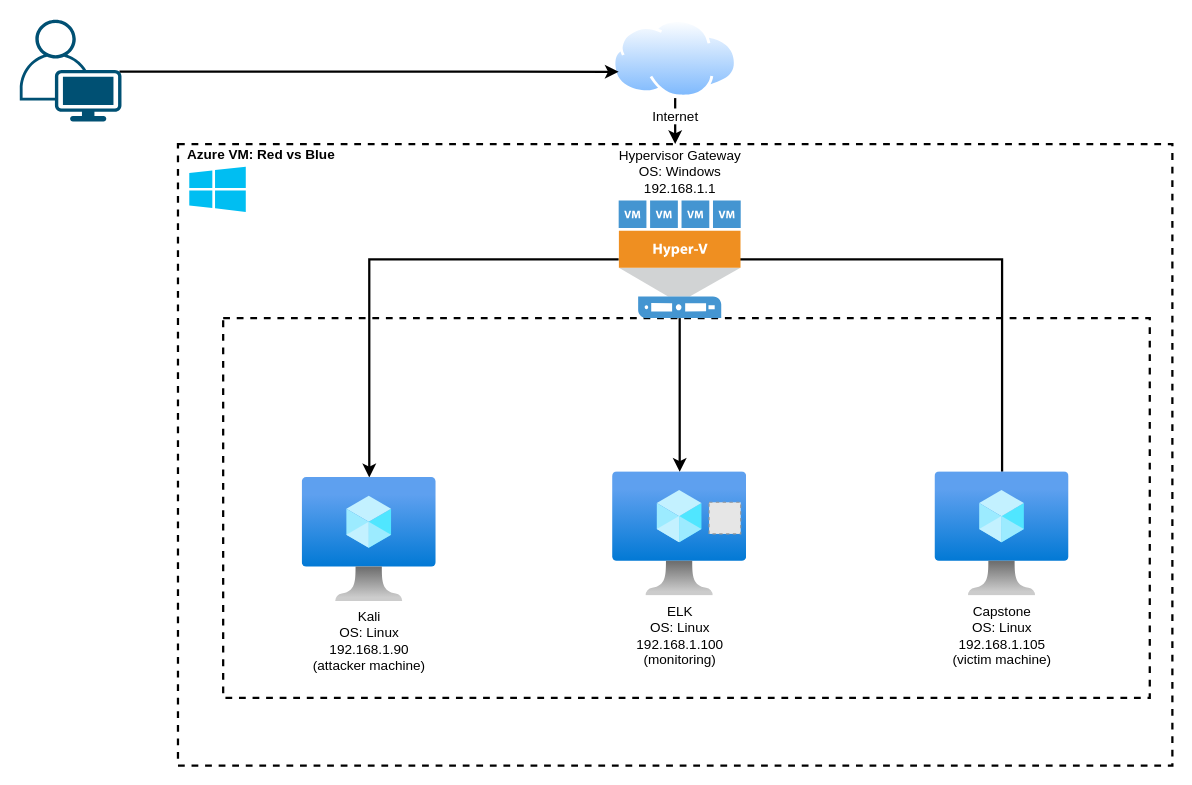
Above: Diagrams/Untitled Diagram.drawio in maderon1/Cyber_and_CloudSecurity (draw.io), before the change. Source tidied: cells renumbered, new cells numbered last; positions are measured from the earlier drawing's top-left corner, leaving out a move shared by most shapes. Both pictures are drawn from the tidied source at 113%, with x=0, y=0 at pixel (19, 19). Pictures stored in the file or linked from it are replaced by grey dashed boxes.
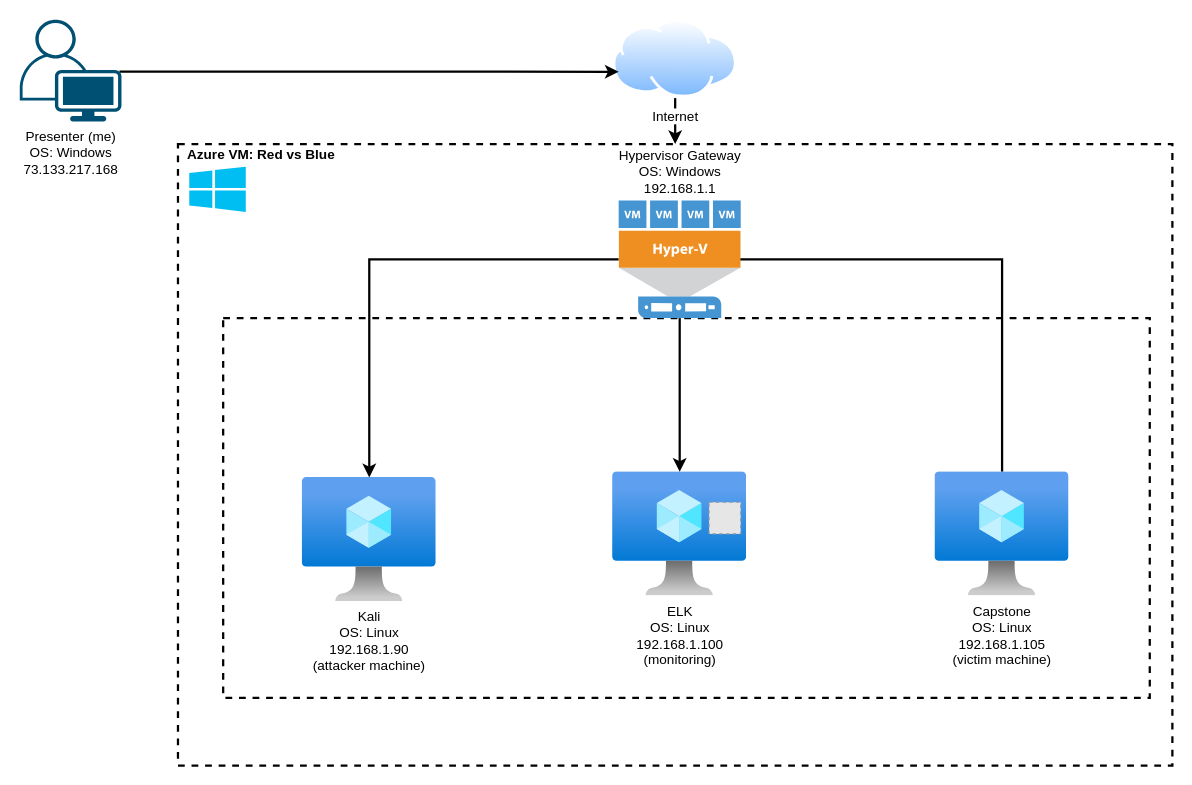
The same diagram, later.

What changed in the source:
```diff
@@
-    <mxCell id="16" style="points=[[0.35,0,0],[0.98,0.51,0],[1,0.71,0],[0.67,1,0],[0,0.795,0],[0,0.65,0]];verticalLabelPosition=bottom;html=1;verticalAlign=top;align=center;shape=mxgraph.cisco19.user;fillColor=#005073;strokeColor=none;dashed=1;" parent="1" vertex="1">
+    <mxCell id="16" value="Presenter (me)&lt;br&gt;OS: Windows&lt;br&gt;73.133.217.168" style="points=[[0.35,0,0],[0.98,0.51,0],[1,0.71,0],[0.67,1,0],[0,0.795,0],[0,0.65,0]];verticalLabelPosition=bottom;html=1;verticalAlign=top;align=center;shape=mxgraph.cisco19.user;fillColor=#005073;strokeColor=none;dashed=1;" parent="1" vertex="1">
       <mxGeometry width="90" height="90" as="geometry" />
     </mxCell>
```
